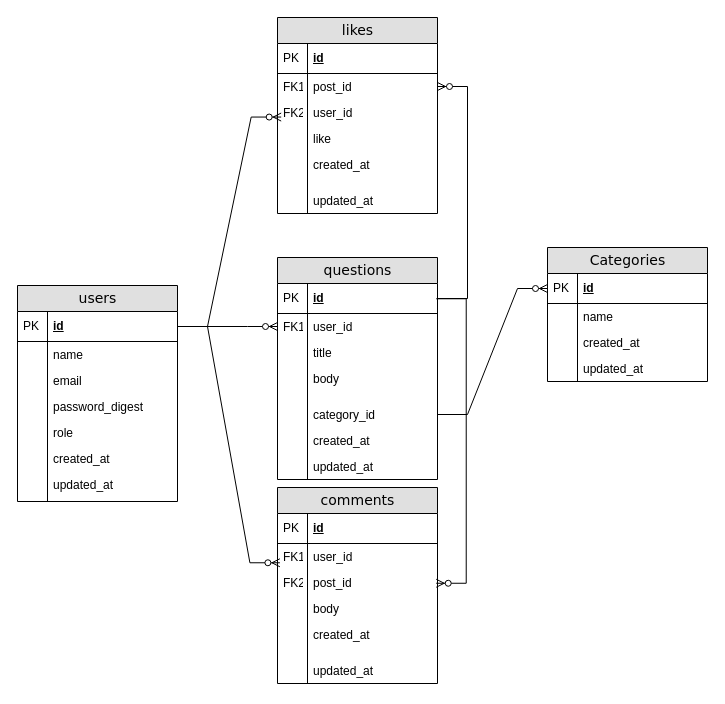
Masashi0411/til keeps this draw.io diagram as 質問や疑問を投稿するアプリ.drawio. Above is the earlier version. Source tidied: cells renumbered, new cells numbered last; positions are measured from the earlier drawing's top-left corner, leaving out a move shared by most shapes. Both pictures are drawn from the tidied source at 100%, with x=0, y=0 at pixel (17, 17).
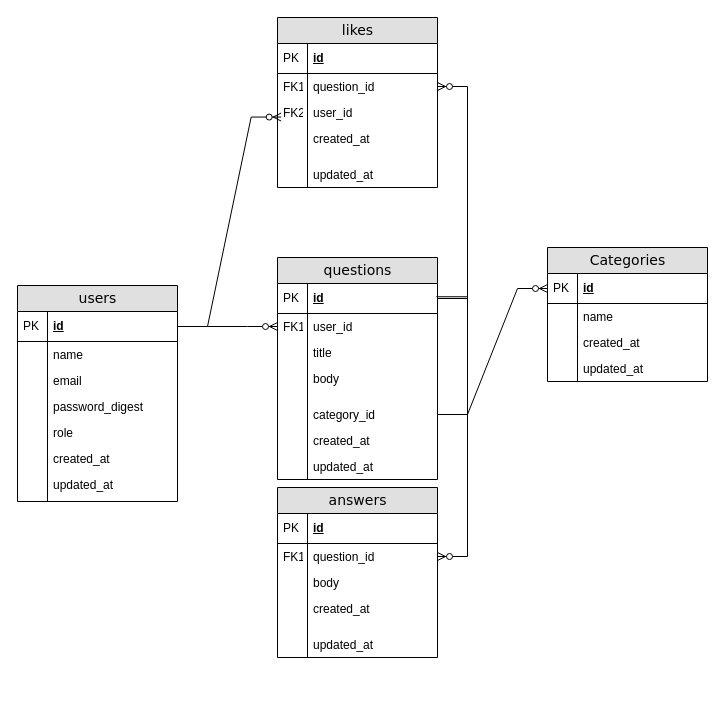
After the change.

Commit message (it also covers changes not shown here):
質問や疑問を投稿するアプリ.drawio を更新します

The change refers to these unchanged cells:
```xml
<mxCell id="3" value="id" style="shape=partialRectangle;top=0;left=0;right=0;bottom=1;html=1;align=left;verticalAlign=middle;fillColor=none;spacingLeft=34;spacingRight=4;whiteSpace=wrap;overflow=hidden;points=[[0,0.5],[1,0.5]];portConstraint=eastwest;fontStyle=5;" parent="2" vertex="1">
  <mxGeometry y="26" width="160" height="30" as="geometry" />
</mxCell>
<mxCell id="20" value="id" style="shape=partialRectangle;top=0;left=0;right=0;bottom=1;html=1;align=left;verticalAlign=middle;fillColor=none;spacingLeft=34;spacingRight=4;whiteSpace=wrap;overflow=hidden;points=[[0,0.5],[1,0.5]];portConstraint=eastwest;fontStyle=5;" parent="19" vertex="1">
  <mxGeometry y="26" width="160" height="30" as="geometry" />
</mxCell>
```

Diff of the diagram source:
```diff
@@
-    <mxCell id="35" value="comments" style="swimlane;html=1;fontStyle=0;horizontal=1;startSize=26;fillColor=#e0e0e0;swimlaneFillColor=#ffffff;align=center;rounded=0;shadow=0;comic=0;labelBackgroundColor=none;strokeWidth=1;fontFamily=Verdana;fontSize=14;" parent="1" vertex="1">
-      <mxGeometry x="260" y="470" width="160" height="196" as="geometry" />
+    <mxCell id="35" value="answers" style="swimlane;html=1;fontStyle=0;horizontal=1;startSize=26;fillColor=#e0e0e0;swimlaneFillColor=#ffffff;align=center;rounded=0;shadow=0;comic=0;labelBackgroundColor=none;strokeWidth=1;fontFamily=Verdana;fontSize=14;" parent="1" vertex="1">
+      <mxGeometry x="260" y="470" width="160" height="170" as="geometry" />
     </mxCell>
@@
-    <mxCell id="38" value="user_id" style="shape=partialRectangle;top=0;left=0;right=0;bottom=0;html=1;align=left;verticalAlign=top;fillColor=none;spacingLeft=34;spacingRight=4;whiteSpace=wrap;overflow=hidden;points=[[0,0.5],[1,0.5]];portConstraint=eastwest;" parent="35" vertex="1">
+    <mxCell id="38" value="question_id" style="shape=partialRectangle;top=0;left=0;right=0;bottom=0;html=1;align=left;verticalAlign=top;fillColor=none;spacingLeft=34;spacingRight=4;whiteSpace=wrap;overflow=hidden;points=[[0,0.5],[1,0.5]];portConstraint=eastwest;" parent="35" vertex="1">
       <mxGeometry y="56" width="160" height="26" as="geometry" />
     </mxCell>
@@
-    <mxCell id="40" value="post_id" style="shape=partialRectangle;top=0;left=0;right=0;bottom=0;html=1;align=left;verticalAlign=top;fillColor=none;spacingLeft=34;spacingRight=4;whiteSpace=wrap;overflow=hidden;points=[[0,0.5],[1,0.5]];portConstraint=eastwest;" parent="35" vertex="1">
-      <mxGeometry y="82" width="160" height="26" as="geometry" />
-    </mxCell>
-    <mxCell id="41" value="FK2" style="shape=partialRectangle;top=0;left=0;bottom=0;html=1;fillColor=none;align=left;verticalAlign=top;spacingLeft=4;spacingRight=4;whiteSpace=wrap;overflow=hidden;" parent="40" vertex="1">
-      <mxGeometry width="30" height="26" as="geometry" />
-    </mxCell>
     <mxCell id="42" value="body" style="shape=partialRectangle;top=0;left=0;right=0;bottom=0;html=1;align=left;verticalAlign=top;fillColor=none;spacingLeft=34;spacingRight=4;whiteSpace=wrap;overflow=hidden;" parent="35" vertex="1">
-      <mxGeometry y="108" width="160" height="26" as="geometry" />
+      <mxGeometry y="82" width="160" height="26" as="geometry" />
     </mxCell>
@@
     <mxCell id="44" value="created_at" style="shape=partialRectangle;top=0;left=0;right=0;bottom=0;html=1;align=left;verticalAlign=top;fillColor=none;spacingLeft=34;spacingRight=4;whiteSpace=wrap;overflow=hidden;" parent="35" vertex="1">
-      <mxGeometry y="134" width="160" height="26" as="geometry" />
+      <mxGeometry y="108" width="160" height="26" as="geometry" />
     </mxCell>
@@
     <mxCell id="46" style="shape=partialRectangle;top=0;left=0;right=0;bottom=0;html=1;align=left;verticalAlign=top;fillColor=none;spacingLeft=34;spacingRight=4;whiteSpace=wrap;overflow=hidden;" parent="35" vertex="1">
-      <mxGeometry y="160" width="160" height="10" as="geometry" />
+      <mxGeometry y="134" width="160" height="10" as="geometry" />
     </mxCell>
@@
     <mxCell id="48" value="updated_at" style="shape=partialRectangle;top=0;left=0;right=0;bottom=0;html=1;align=left;verticalAlign=top;fillColor=none;spacingLeft=34;spacingRight=4;whiteSpace=wrap;overflow=hidden;" parent="35" vertex="1">
-      <mxGeometry y="170" width="160" height="26" as="geometry" />
+      <mxGeometry y="144" width="160" height="26" as="geometry" />
     </mxCell>
@@
     <mxCell id="50" value="likes" style="swimlane;html=1;fontStyle=0;horizontal=1;startSize=26;fillColor=#e0e0e0;swimlaneFillColor=#ffffff;align=center;rounded=0;shadow=0;comic=0;labelBackgroundColor=none;strokeWidth=1;fontFamily=Verdana;fontSize=14;" parent="1" vertex="1">
-      <mxGeometry x="260" width="160" height="196" as="geometry" />
+      <mxGeometry x="260" width="160" height="170" as="geometry" />
     </mxCell>
@@
-    <mxCell id="53" value="post_id" style="shape=partialRectangle;top=0;left=0;right=0;bottom=0;html=1;align=left;verticalAlign=top;fillColor=none;spacingLeft=34;spacingRight=4;whiteSpace=wrap;overflow=hidden;points=[[0,0.5],[1,0.5]];portConstraint=eastwest;" parent="50" vertex="1">
+    <mxCell id="53" value="question_id" style="shape=partialRectangle;top=0;left=0;right=0;bottom=0;html=1;align=left;verticalAlign=top;fillColor=none;spacingLeft=34;spacingRight=4;whiteSpace=wrap;overflow=hidden;points=[[0,0.5],[1,0.5]];portConstraint=eastwest;" parent="50" vertex="1">
       <mxGeometry y="56" width="160" height="26" as="geometry" />
     </mxCell>
@@
-    <mxCell id="57" value="like" style="shape=partialRectangle;top=0;left=0;right=0;bottom=0;html=1;align=left;verticalAlign=top;fillColor=none;spacingLeft=34;spacingRight=4;whiteSpace=wrap;overflow=hidden;" parent="50" vertex="1">
-      <mxGeometry y="108" width="160" height="26" as="geometry" />
-    </mxCell>
-    <mxCell id="58" style="shape=partialRectangle;top=0;left=0;bottom=0;html=1;fillColor=none;align=left;verticalAlign=top;spacingLeft=4;spacingRight=4;whiteSpace=wrap;overflow=hidden;" parent="57" vertex="1">
-      <mxGeometry width="30" height="26" as="geometry" />
-    </mxCell>
     <mxCell id="59" value="created_at" style="shape=partialRectangle;top=0;left=0;right=0;bottom=0;html=1;align=left;verticalAlign=top;fillColor=none;spacingLeft=34;spacingRight=4;whiteSpace=wrap;overflow=hidden;" parent="50" vertex="1">
-      <mxGeometry y="134" width="160" height="26" as="geometry" />
+      <mxGeometry y="108" width="160" height="26" as="geometry" />
     </mxCell>
@@
     <mxCell id="61" style="shape=partialRectangle;top=0;left=0;right=0;bottom=0;html=1;align=left;verticalAlign=top;fillColor=none;spacingLeft=34;spacingRight=4;whiteSpace=wrap;overflow=hidden;" parent="50" vertex="1">
-      <mxGeometry y="160" width="160" height="10" as="geometry" />
+      <mxGeometry y="134" width="160" height="10" as="geometry" />
     </mxCell>
@@
     <mxCell id="63" value="updated_at" style="shape=partialRectangle;top=0;left=0;right=0;bottom=0;html=1;align=left;verticalAlign=top;fillColor=none;spacingLeft=34;spacingRight=4;whiteSpace=wrap;overflow=hidden;" parent="50" vertex="1">
-      <mxGeometry y="170" width="160" height="26" as="geometry" />
+      <mxGeometry y="144" width="160" height="26" as="geometry" />
     </mxCell>
@@
-    <mxCell id="67" style="edgeStyle=entityRelationEdgeStyle;fontSize=12;html=1;endArrow=ERzeroToMany;endFill=1;rounded=0;exitX=0.992;exitY=0.509;exitDx=0;exitDy=0;exitPerimeter=0;entryX=0.992;entryY=0.529;entryDx=0;entryDy=0;entryPerimeter=0;" parent="1" edge="1" source="3" target="40">
-      <mxGeometry relative="1" as="geometry" />
-    </mxCell>
-    <mxCell id="68" style="edgeStyle=entityRelationEdgeStyle;fontSize=12;html=1;endArrow=ERzeroToMany;endFill=1;rounded=0;exitX=1;exitY=0.5;exitDx=0;exitDy=0;entryX=0.015;entryY=0.741;entryDx=0;entryDy=0;entryPerimeter=0;" parent="1" edge="1" source="20" target="38">
+    <mxCell id="68" style="edgeStyle=entityRelationEdgeStyle;fontSize=12;html=1;endArrow=ERzeroToMany;endFill=1;rounded=0;exitX=0.993;exitY=0.442;exitDx=0;exitDy=0;exitPerimeter=0;" parent="1" edge="1" source="3" target="38">
       <mxGeometry relative="1" as="geometry">
         <Array as="points">
-          <mxPoint x="340" y="160" />
-          <mxPoint x="330" y="400" />
-          <mxPoint x="480" y="210" />
+          <mxPoint x="607.6" y="131" />
+          <mxPoint x="597.6" y="371" />
+          <mxPoint x="747.6" y="181" />
         </Array>
       </mxGeometry>
     </mxCell>
```
